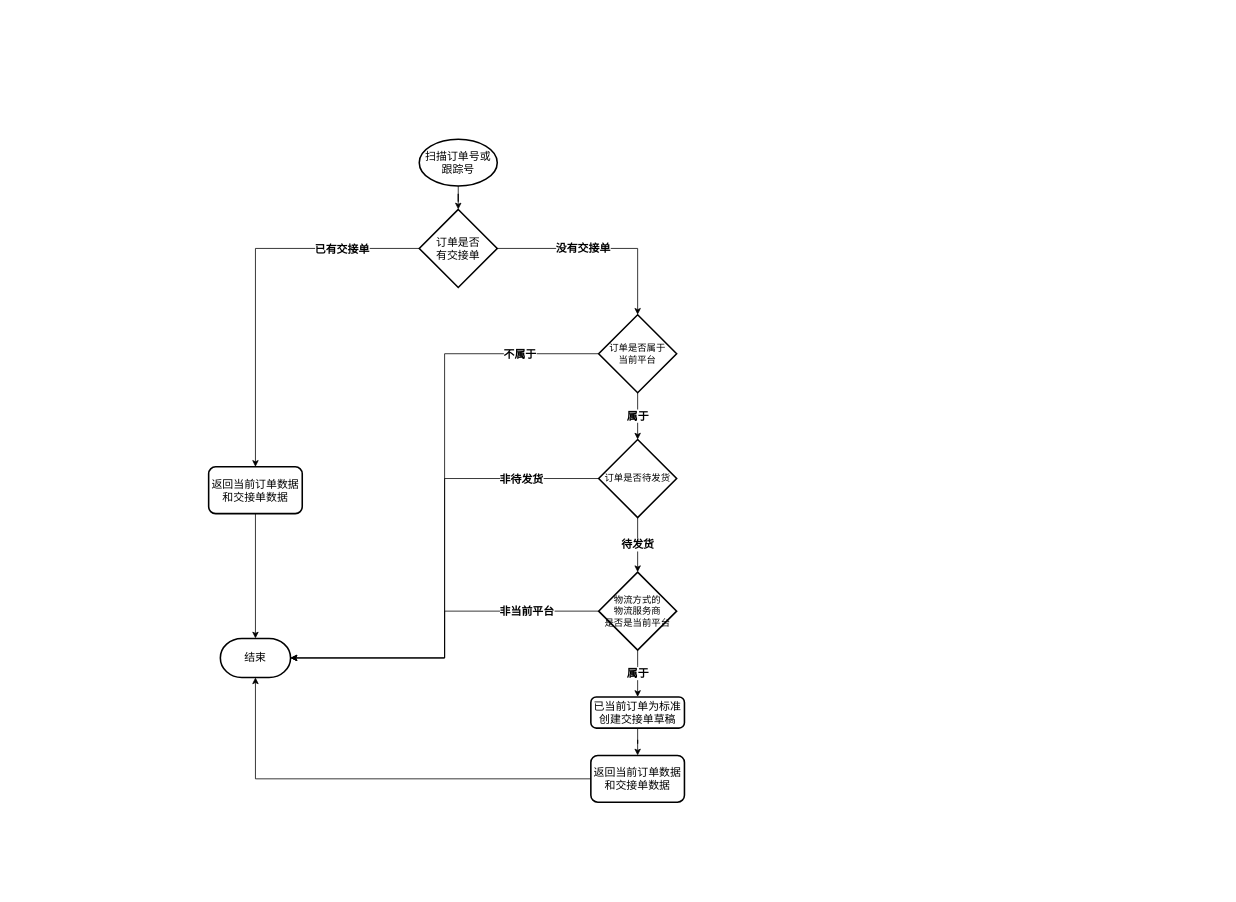
Before: longpean/OMS-交接单-创建本地交接单.drawio in GitHeP/diagrams, a draw.io diagram. Source tidied: cells renumbered, new cells numbered last; positions are measured from the earlier drawing's top-left corner, leaving out a move shared by most shapes. Both pictures are drawn from the tidied source at 78%, with x=0, y=0 at pixel (208, 139).
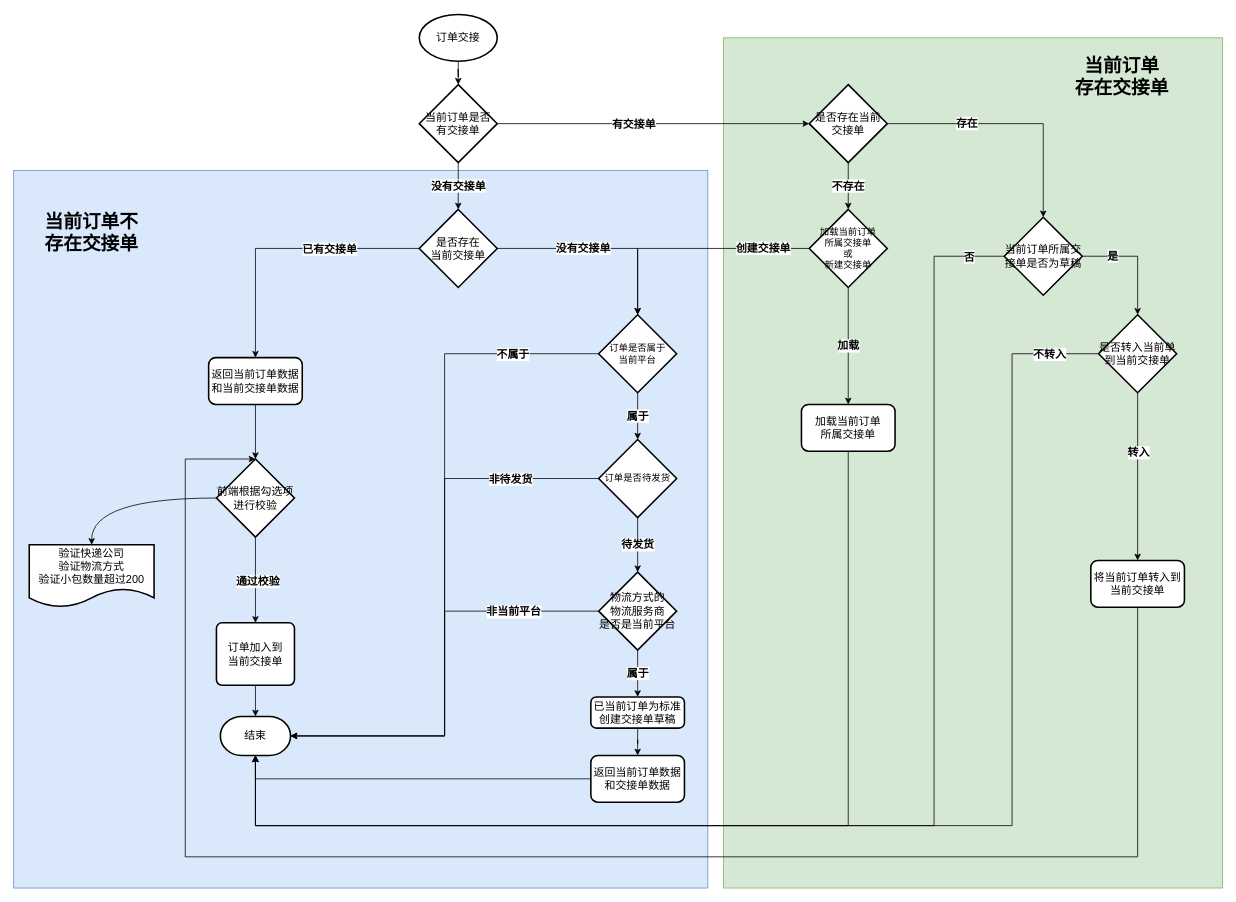
Above is the later version.

Commit message:
更新OMS-交接单-创建本地交接单.drawio

The change refers to these unchanged cells:
```xml
<mxCell id="5" style="edgeStyle=orthogonalEdgeStyle;rounded=0;jettySize=auto;html=1;" parent="1" edge="1" source="7" target="24">
  <mxGeometry relative="1" as="geometry" />
</mxCell>
<mxCell id="11" value="订单是否属于&lt;br&gt;当前平台" style="strokeWidth=2;html=1;shape=mxgraph.flowchart.decision;whiteSpace=wrap;" parent="1" vertex="1">
  <mxGeometry x="500" y="225" width="100" height="100" as="geometry" />
</mxCell>
```

Change to the diagram source:
```diff
@@
-    <mxCell id="2" style="edgeStyle=orthogonalEdgeStyle;rounded=0;jettySize=auto;html=1;" parent="1" edge="1" source="3" target="7">
-      <mxGeometry relative="1" as="geometry" />
-    </mxCell>
-    <mxCell id="3" value="&lt;font style=&quot;font-size: 14px;&quot;&gt;扫描订单号或&lt;br&gt;跟踪号&lt;/font&gt;" style="strokeWidth=2;html=1;shape=mxgraph.flowchart.start_1;whiteSpace=wrap;" parent="1" vertex="1">
-      <mxGeometry x="270" width="100" height="60" as="geometry" />
-    </mxCell>
+    <mxCell id="27" style="rounded=0;whiteSpace=wrap;html=1;glass=0;shadow=0;fillColor=#d5e8d4;strokeColor=#82b366;" parent="1" vertex="1">
+      <mxGeometry x="660" y="-130" width="640" height="1090" as="geometry" />
+    </mxCell>
+    <mxCell id="28" style="rounded=0;whiteSpace=wrap;html=1;fillColor=#dae8fc;strokeColor=#6c8ebf;glass=0;shadow=0;" parent="1" vertex="1">
+      <mxGeometry x="-250" y="40" width="890" height="920" as="geometry" />
+    </mxCell>
@@
     <mxCell id="6" value="&lt;b&gt;&lt;font style=&quot;font-size: 14px;&quot;&gt;已有交接单&lt;/font&gt;&lt;/b&gt;" style="edgeLabel;html=1;align=center;verticalAlign=middle;" parent="5" vertex="1">
       <mxGeometry x="-0.1" y="1" relative="1" as="geometry">
-        <mxPoint x="109" y="-11" as="offset" />
+        <mxPoint x="42" y="-1" as="offset" />
       </mxGeometry>
     </mxCell>
-    <mxCell id="7" value="&lt;font style=&quot;font-size: 14px;&quot;&gt;订单是否&lt;br&gt;有交接单&lt;/font&gt;" style="strokeWidth=2;html=1;shape=mxgraph.flowchart.decision;whiteSpace=wrap;" parent="1" vertex="1">
+    <mxCell id="7" value="&lt;span style=&quot;font-size: 14px;&quot;&gt;是否存在&lt;br&gt;当前交接单&lt;/span&gt;" style="strokeWidth=2;html=1;shape=mxgraph.flowchart.decision;whiteSpace=wrap;" parent="1" vertex="1">
       <mxGeometry x="270" y="90" width="100" height="100" as="geometry" />
     </mxCell>
@@
     <mxCell id="12" value="&lt;font style=&quot;font-size: 14px;&quot;&gt;结束&lt;/font&gt;" style="strokeWidth=2;html=1;shape=mxgraph.flowchart.terminator;whiteSpace=wrap;" parent="1" vertex="1">
-      <mxGeometry x="15" y="640" width="90" height="50" as="geometry" />
+      <mxGeometry x="15" y="740" width="90" height="50" as="geometry" />
     </mxCell>
@@
-    <mxCell id="20" value="物流方式的&lt;br&gt;物流服务商&lt;br&gt;是否是当前平台" style="strokeWidth=2;html=1;shape=mxgraph.flowchart.decision;whiteSpace=wrap;" parent="1" vertex="1">
+    <mxCell id="20" value="&lt;font style=&quot;font-size: 14px;&quot;&gt;物流方式的&lt;br&gt;物流服务商&lt;br&gt;是否是当前平台&lt;/font&gt;" style="strokeWidth=2;html=1;shape=mxgraph.flowchart.decision;whiteSpace=wrap;" parent="1" vertex="1">
       <mxGeometry x="500" y="555" width="100" height="100" as="geometry" />
     </mxCell>
@@
-    <mxCell id="23" style="edgeStyle=orthogonalEdgeStyle;rounded=0;jettySize=auto;html=1;" parent="1" edge="1" source="24" target="12">
-      <mxGeometry relative="1" as="geometry" />
-    </mxCell>
+    <mxCell id="29" style="edgeStyle=orthogonalEdgeStyle;rounded=0;jettySize=auto;html=1;" parent="1" edge="1" source="24" target="33">
+      <mxGeometry relative="1" as="geometry" />
+    </mxCell>
-    <mxCell id="24" value="&lt;font style=&quot;font-size: 14px;&quot;&gt;返回当前订单数据&lt;br&gt;和交接单数据&lt;/font&gt;" style="rounded=1;whiteSpace=wrap;html=1;strokeWidth=2;" parent="1" vertex="1">
-      <mxGeometry y="420" width="120" height="60" as="geometry" />
+    <mxCell id="24" value="&lt;font style=&quot;font-size: 14px;&quot;&gt;返回当前订单数据&lt;br&gt;和当前交接单数据&lt;/font&gt;" style="rounded=1;whiteSpace=wrap;html=1;strokeWidth=2;" parent="1" vertex="1">
+      <mxGeometry y="280" width="120" height="60" as="geometry" />
     </mxCell>
@@
+    <mxCell id="30" style="edgeStyle=orthogonalEdgeStyle;rounded=0;jettySize=auto;html=1;entryX=0.5;entryY=0;entryDx=0;entryDy=0;" parent="1" edge="1" source="33" target="35">
+      <mxGeometry relative="1" as="geometry" />
+    </mxCell>
+    <mxCell id="31" value="&lt;b&gt;&lt;font style=&quot;font-size: 14px;&quot;&gt;通过校验&lt;/font&gt;&lt;/b&gt;" style="edgeLabel;html=1;align=center;verticalAlign=middle;" parent="30" vertex="1">
+      <mxGeometry x="0.22" relative="1" as="geometry">
+        <mxPoint x="2" y="-11" as="offset" />
+      </mxGeometry>
+    </mxCell>
+    <mxCell id="32" style="edgeStyle=orthogonalEdgeStyle;jettySize=auto;html=1;curved=1;" parent="1" edge="1" source="33" target="36">
+      <mxGeometry relative="1" as="geometry" />
+    </mxCell>
+    <mxCell id="33" value="&lt;font style=&quot;font-size: 14px;&quot;&gt;前端根据勾选项&lt;br style=&quot;border-color: var(--border-color);&quot;&gt;进行校验&lt;/font&gt;" style="strokeWidth=2;html=1;shape=mxgraph.flowchart.decision;whiteSpace=wrap;" parent="1" vertex="1">
+      <mxGeometry x="10" y="410" width="100" height="100" as="geometry" />
+    </mxCell>
+    <mxCell id="34" style="edgeStyle=orthogonalEdgeStyle;rounded=0;jettySize=auto;html=1;" parent="1" edge="1" source="35" target="12">
+      <mxGeometry relative="1" as="geometry" />
+    </mxCell>
+    <mxCell id="35" value="&lt;font style=&quot;font-size: 14px;&quot;&gt;订单加入到&lt;br&gt;当前交接单&lt;/font&gt;" style="rounded=1;whiteSpace=wrap;html=1;absoluteArcSize=1;arcSize=14;strokeWidth=2;" parent="1" vertex="1">
+      <mxGeometry x="10" y="620" width="100" height="80" as="geometry" />
+    </mxCell>
+    <mxCell id="36" value="&lt;font style=&quot;font-size: 14px;&quot;&gt;验证快递公司&lt;br&gt;验证物流方式&lt;br&gt;验证小包数量超过200&lt;/font&gt;" style="shape=document;whiteSpace=wrap;html=1;boundedLbl=1;strokeWidth=2;" parent="1" vertex="1">
+      <mxGeometry x="-230" y="520" width="160" height="80" as="geometry" />
+    </mxCell>
+    <mxCell id="37" style="edgeStyle=orthogonalEdgeStyle;rounded=0;jettySize=auto;html=1;entryX=0;entryY=0.5;entryDx=0;entryDy=0;entryPerimeter=0;" parent="1" edge="1" source="40" target="43">
+      <mxGeometry relative="1" as="geometry" />
+    </mxCell>
+    <mxCell id="38" value="&lt;font style=&quot;font-size: 14px;&quot;&gt;&lt;b&gt;有交接单&lt;/b&gt;&lt;/font&gt;" style="edgeLabel;html=1;align=center;verticalAlign=middle;" parent="37" vertex="1">
+      <mxGeometry x="-0.13" y="1" relative="1" as="geometry">
+        <mxPoint y="1" as="offset" />
+      </mxGeometry>
+    </mxCell>
+    <mxCell id="39" value="&lt;b&gt;&lt;font style=&quot;font-size: 14px;&quot;&gt;没有交接单&lt;/font&gt;&lt;/b&gt;" style="edgeStyle=orthogonalEdgeStyle;rounded=0;jettySize=auto;html=1;entryX=0.5;entryY=0;entryDx=0;entryDy=0;entryPerimeter=0;" parent="1" edge="1" source="40" target="7">
+      <mxGeometry relative="1" as="geometry" />
+    </mxCell>
+    <mxCell id="40" value="&lt;font style=&quot;font-size: 14px;&quot;&gt;当前订单是否&lt;br&gt;有交接单&lt;/font&gt;" style="strokeWidth=2;html=1;shape=mxgraph.flowchart.decision;whiteSpace=wrap;" parent="1" vertex="1">
+      <mxGeometry x="270" y="-70" width="100" height="100" as="geometry" />
+    </mxCell>
+    <mxCell id="41" value="&lt;b&gt;&lt;font style=&quot;font-size: 14px;&quot;&gt;不存在&lt;/font&gt;&lt;/b&gt;" style="edgeStyle=orthogonalEdgeStyle;rounded=0;jettySize=auto;html=1;" parent="1" edge="1" source="43" target="46">
+      <mxGeometry relative="1" as="geometry" />
+    </mxCell>
+    <mxCell id="42" value="&lt;font style=&quot;font-size: 14px;&quot;&gt;&lt;b&gt;存在&lt;/b&gt;&lt;/font&gt;" style="edgeStyle=orthogonalEdgeStyle;rounded=0;jettySize=auto;html=1;" parent="1" edge="1" source="43" target="52">
+      <mxGeometry x="-0.36" relative="1" as="geometry" />
+    </mxCell>
+    <mxCell id="43" value="&lt;font style=&quot;font-size: 14px;&quot;&gt;是否存在当前&lt;br&gt;交接单&lt;/font&gt;" style="strokeWidth=2;html=1;shape=mxgraph.flowchart.decision;whiteSpace=wrap;" parent="1" vertex="1">
+      <mxGeometry x="770" y="-70" width="100" height="100" as="geometry" />
+    </mxCell>
+    <mxCell id="44" value="&lt;font style=&quot;font-size: 14px;&quot;&gt;&lt;b&gt;加载&lt;/b&gt;&lt;/font&gt;" style="edgeStyle=orthogonalEdgeStyle;rounded=0;jettySize=auto;html=1;" parent="1" edge="1" source="46" target="48">
+      <mxGeometry relative="1" as="geometry" />
+    </mxCell>
+    <mxCell id="45" value="&lt;b&gt;&lt;font style=&quot;font-size: 14px;&quot;&gt;创建交接单&lt;/font&gt;&lt;/b&gt;" style="edgeStyle=orthogonalEdgeStyle;rounded=0;jettySize=auto;html=1;entryX=0.5;entryY=0;entryDx=0;entryDy=0;entryPerimeter=0;" parent="1" edge="1" source="46" target="11">
+      <mxGeometry x="-0.61" relative="1" as="geometry" />
+    </mxCell>
+    <mxCell id="46" value="加载当前订单&lt;br&gt;所属交接单&lt;br&gt;或&lt;br&gt;新建交接单" style="strokeWidth=2;html=1;shape=mxgraph.flowchart.decision;whiteSpace=wrap;" parent="1" vertex="1">
+      <mxGeometry x="770" y="90" width="100" height="100" as="geometry" />
+    </mxCell>
+    <mxCell id="47" style="edgeStyle=orthogonalEdgeStyle;rounded=0;jettySize=auto;html=1;entryX=0.5;entryY=1;entryDx=0;entryDy=0;entryPerimeter=0;" parent="1" edge="1" source="48" target="12">
+      <mxGeometry relative="1" as="geometry">
+        <Array as="points">
+          <mxPoint x="820" y="880" />
+          <mxPoint x="60" y="880" />
+        </Array>
+      </mxGeometry>
+    </mxCell>
+    <mxCell id="48" value="&lt;font style=&quot;font-size: 14px;&quot;&gt;加载当前订单&lt;br&gt;所属交接单&lt;/font&gt;" style="rounded=1;whiteSpace=wrap;html=1;strokeWidth=2;" parent="1" vertex="1">
+      <mxGeometry x="760" y="340" width="120" height="60" as="geometry" />
+    </mxCell>
+    <mxCell id="49" value="&lt;font style=&quot;font-size: 14px;&quot;&gt;&lt;b&gt;是&lt;/b&gt;&lt;/font&gt;" style="edgeStyle=orthogonalEdgeStyle;rounded=0;jettySize=auto;html=1;exitX=1;exitY=0.5;exitDx=0;exitDy=0;exitPerimeter=0;" parent="1" edge="1" source="52" target="57">
+      <mxGeometry x="-0.46" relative="1" as="geometry" />
+    </mxCell>
+    <mxCell id="50" style="edgeStyle=orthogonalEdgeStyle;rounded=0;jettySize=auto;html=1;entryX=0.5;entryY=1;entryDx=0;entryDy=0;entryPerimeter=0;" parent="1" edge="1" source="52" target="12">
+      <mxGeometry relative="1" as="geometry">
+        <Array as="points">
+          <mxPoint x="930" y="150" />
+          <mxPoint x="930" y="880" />
+          <mxPoint x="60" y="880" />
+        </Array>
+      </mxGeometry>
+    </mxCell>
+    <mxCell id="51" value="&lt;b&gt;&lt;font style=&quot;font-size: 14px;&quot;&gt;否&lt;/font&gt;&lt;/b&gt;" style="edgeLabel;html=1;align=center;verticalAlign=middle;" parent="50" vertex="1">
+      <mxGeometry x="-0.94" y="-3" relative="1" as="geometry">
+        <mxPoint x="7" y="3" as="offset" />
+      </mxGeometry>
+    </mxCell>
+    <mxCell id="52" value="&lt;font style=&quot;font-size: 14px;&quot;&gt;当前订单所属交接单是否为草稿&lt;/font&gt;" style="strokeWidth=2;html=1;shape=mxgraph.flowchart.decision;whiteSpace=wrap;" parent="1" vertex="1">
+      <mxGeometry x="1020" y="100" width="100" height="100" as="geometry" />
+    </mxCell>
+    <mxCell id="53" style="edgeStyle=orthogonalEdgeStyle;rounded=0;jettySize=auto;html=1;entryX=0.5;entryY=1;entryDx=0;entryDy=0;entryPerimeter=0;exitX=0;exitY=0.5;exitDx=0;exitDy=0;exitPerimeter=0;" parent="1" edge="1" source="57" target="12">
+      <mxGeometry relative="1" as="geometry">
+        <Array as="points">
+          <mxPoint x="1030" y="275" />
+          <mxPoint x="1030" y="880" />
+          <mxPoint x="60" y="880" />
+        </Array>
+      </mxGeometry>
+    </mxCell>
+    <mxCell id="54" value="&lt;b&gt;&lt;font style=&quot;font-size: 14px;&quot;&gt;不转入&lt;/font&gt;&lt;/b&gt;" style="edgeLabel;html=1;align=center;verticalAlign=middle;" parent="53" vertex="1">
+      <mxGeometry x="-0.91" relative="1" as="geometry">
+        <mxPoint x="16" as="offset" />
+      </mxGeometry>
+    </mxCell>
+    <mxCell id="55" style="edgeStyle=orthogonalEdgeStyle;rounded=0;jettySize=auto;html=1;" parent="1" edge="1" source="57" target="59">
+      <mxGeometry relative="1" as="geometry" />
+    </mxCell>
+    <mxCell id="56" value="&lt;font style=&quot;font-size: 14px;&quot;&gt;&lt;b&gt;转入&lt;/b&gt;&lt;/font&gt;" style="edgeLabel;html=1;align=center;verticalAlign=middle;" parent="55" vertex="1">
+      <mxGeometry x="-0.26" y="-1" relative="1" as="geometry">
+        <mxPoint x="1" y="-4" as="offset" />
+      </mxGeometry>
+    </mxCell>
+    <mxCell id="57" value="&lt;font style=&quot;font-size: 14px;&quot;&gt;是否转入当前单&lt;br&gt;到当前交接单&lt;/font&gt;" style="strokeWidth=2;html=1;shape=mxgraph.flowchart.decision;whiteSpace=wrap;" parent="1" vertex="1">
+      <mxGeometry x="1141" y="225" width="100" height="100" as="geometry" />
+    </mxCell>
+    <mxCell id="58" style="edgeStyle=orthogonalEdgeStyle;rounded=0;jettySize=auto;html=1;entryX=0.5;entryY=0;entryDx=0;entryDy=0;entryPerimeter=0;" parent="1" edge="1" source="59" target="33">
+      <mxGeometry relative="1" as="geometry">
+        <Array as="points">
+          <mxPoint x="1191" y="920" />
+          <mxPoint x="-30" y="920" />
+          <mxPoint x="-30" y="410" />
+        </Array>
+      </mxGeometry>
+    </mxCell>
+    <mxCell id="59" value="&lt;font style=&quot;font-size: 14px;&quot;&gt;将当前订单转入到&lt;br&gt;当前交接单&lt;/font&gt;" style="rounded=1;whiteSpace=wrap;html=1;strokeWidth=2;" parent="1" vertex="1">
+      <mxGeometry x="1131" y="540" width="120" height="60" as="geometry" />
+    </mxCell>
+    <mxCell id="60" style="edgeStyle=orthogonalEdgeStyle;rounded=0;jettySize=auto;html=1;entryX=0.5;entryY=0;entryDx=0;entryDy=0;entryPerimeter=0;" parent="1" edge="1" source="61" target="40">
+      <mxGeometry relative="1" as="geometry" />
+    </mxCell>
+    <mxCell id="61" value="&lt;font style=&quot;font-size: 14px;&quot;&gt;订单交接&lt;/font&gt;" style="strokeWidth=2;html=1;shape=mxgraph.flowchart.start_1;whiteSpace=wrap;" parent="1" vertex="1">
+      <mxGeometry x="270" y="-160" width="100" height="60" as="geometry" />
+    </mxCell>
+    <mxCell id="62" value="&lt;font style=&quot;font-size: 24px;&quot;&gt;&lt;b&gt;当前订单不存在交接单&lt;/b&gt;&lt;/font&gt;" style="text;html=1;strokeColor=none;fillColor=none;align=center;verticalAlign=middle;whiteSpace=wrap;rounded=0;" parent="1" vertex="1">
+      <mxGeometry x="-220" y="80" width="140" height="80" as="geometry" />
+    </mxCell>
+    <mxCell id="63" value="&lt;font style=&quot;font-size: 24px;&quot;&gt;&lt;b&gt;当前订单&lt;br&gt;存在交接单&lt;/b&gt;&lt;/font&gt;" style="text;html=1;strokeColor=none;fillColor=none;align=center;verticalAlign=middle;whiteSpace=wrap;rounded=0;" parent="1" vertex="1">
+      <mxGeometry x="1101" y="-120" width="140" height="80" as="geometry" />
+    </mxCell>
```
